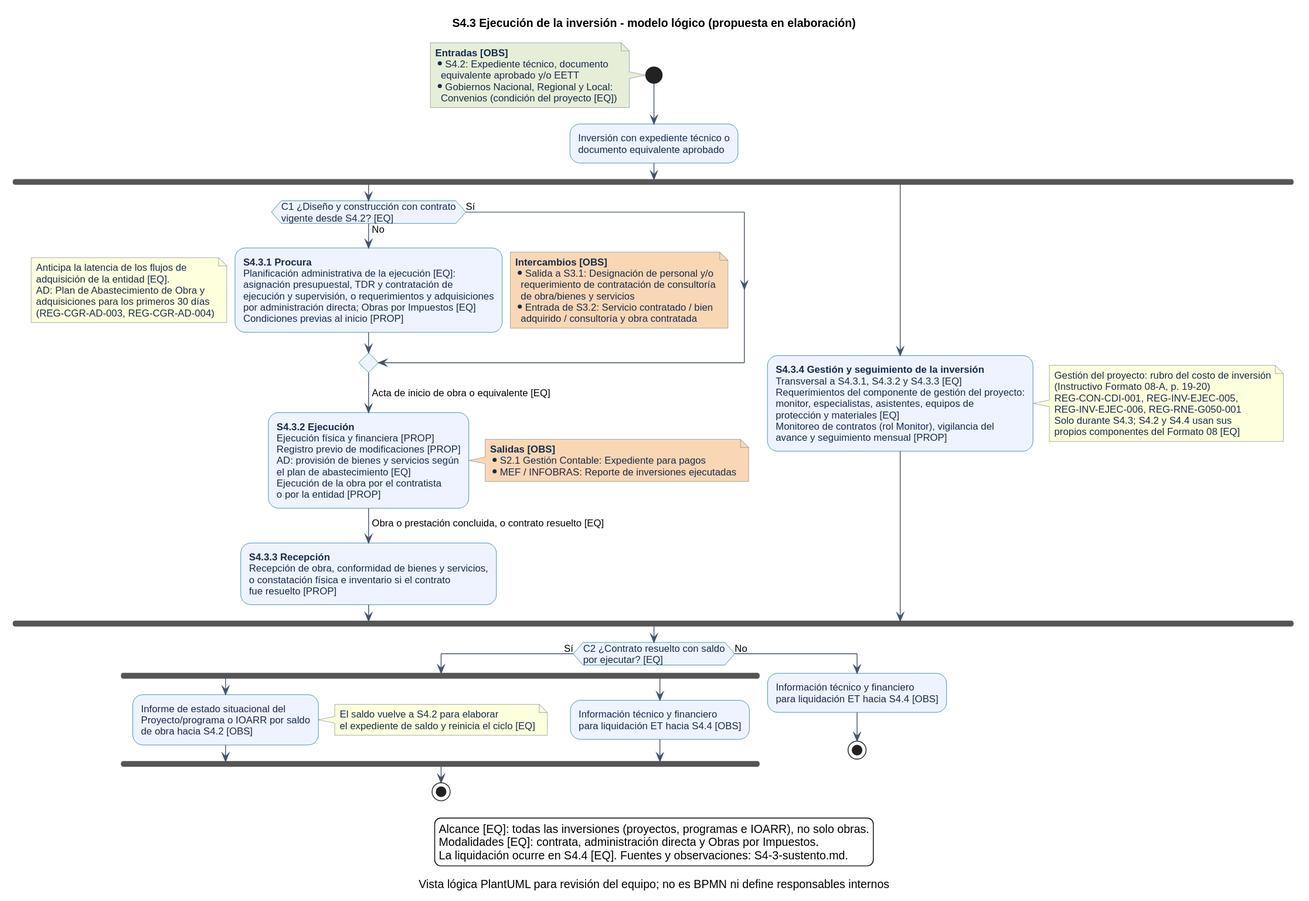
benjy2976/modelado-procesos keeps this PlantUML diagram as 02-procesos/S4-gestion-de-las-inversiones/S4-3-ejecucion-inversion/S4-3-diagrama-proceso-logico.svg. Above is the earlier version. Its source is kept beside it as 02-procesos/S4-gestion-de-las-inversiones/S4-3-ejecucion-inversion/S4-3-diagrama-proceso-logico.puml.
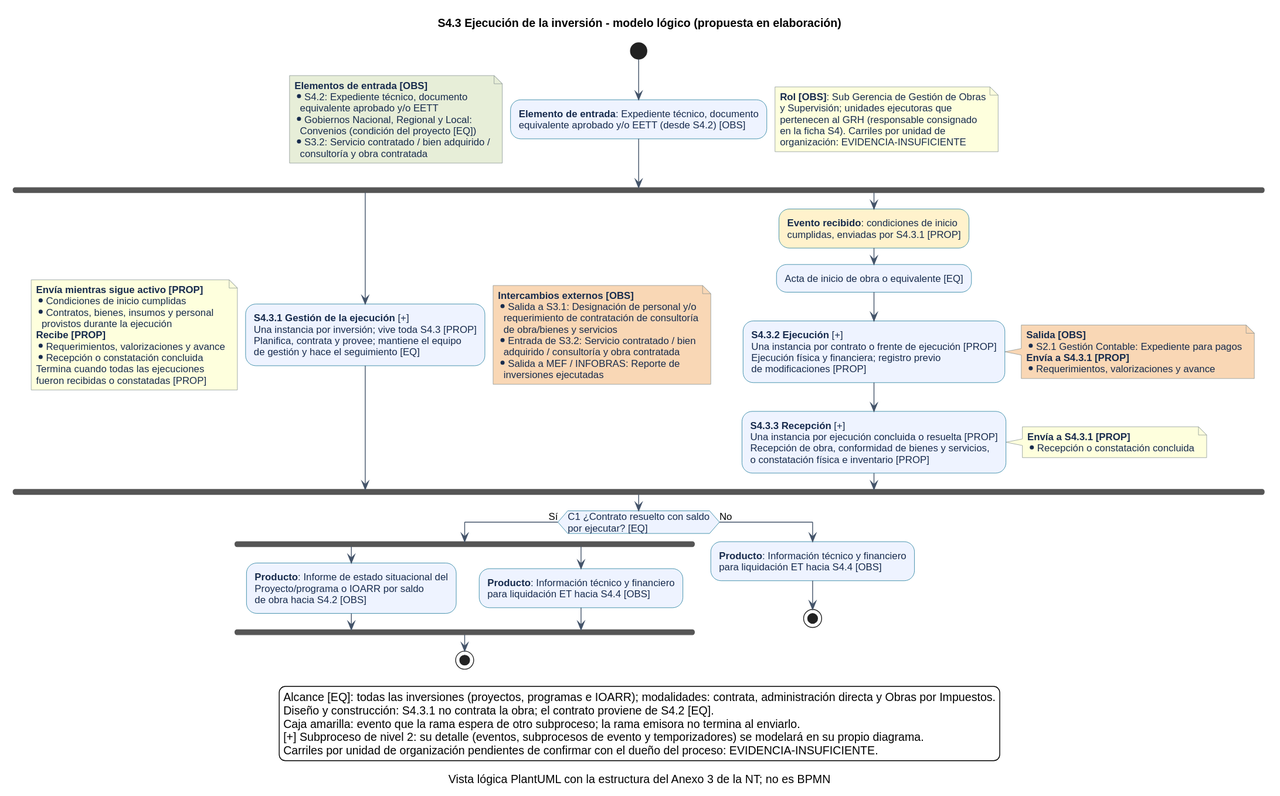
Later version of the same file.

Commit message:
feat(s4.3): gestion de la ejecucion transversal y subprocesos concurrentes

The edit, as a diff of the source:
```diff
@@ -1,6 +1,6 @@
 @startuml
 title S4.3 Ejecución de la inversión - modelo lógico (propuesta en elaboración)
-caption Vista lógica PlantUML para revisión del equipo; no es BPMN ni define responsables internos
+caption Vista lógica PlantUML con la estructura del Anexo 3 de la NT; no es BPMN
 
 skinparam backgroundColor #FFFFFF
 skinparam shadowing false
@@ -15,110 +15,93 @@
 skinparam noteBorderColor #7F8C8D
 skinparam noteFontColor #172B4D
 
-|S4.3 Ejecución de la inversión|
+|Sub Gerencia de Gestión de Obras y Supervisión; unidades ejecutoras [OBS]|
 start
+:<b>Elemento de entrada</b>: Expediente técnico, documento\nequivalente aprobado y/o EETT (desde S4.2) [OBS];
 note left #E7EED8
-  <b>Entradas [OBS]</b>
+  <b>Elementos de entrada [OBS]</b>
   * S4.2: Expediente técnico, documento
     equivalente aprobado y/o EETT
   * Gobiernos Nacional, Regional y Local:
     Convenios (condición del proyecto [EQ])
+  * S3.2: Servicio contratado / bien adquirido /
+    consultoría y obra contratada
 end note
-:Inversión con expediente técnico o
-documento equivalente aprobado;
+note right
+  <b>Rol [OBS]</b>: Sub Gerencia de Gestión de Obras
+  y Supervisión; unidades ejecutoras que
+  pertenecen al GRH (responsable consignado
+  en la ficha S4). Carriles por unidad de
+  organización: EVIDENCIA-INSUFICIENTE
+end note
 
 fork
-
-if (C1 ¿Diseño y construcción con contrato
-vigente desde S4.2? [EQ]) then (No)
-  :<b>S4.3.1 Procura</b>
-  Planificación administrativa de la ejecución [EQ]:
-  asignación presupuestal, TDR y contratación de
-  ejecución y supervisión, o requerimientos y adquisiciones
-  por administración directa; Obras por Impuestos [EQ]
-  Condiciones previas al inicio [PROP];
+  :<b>S4.3.1 Gestión de la ejecución</b> [+]
+  Una instancia por inversión; vive toda S4.3 [PROP]
+  Planifica, contrata y provee; mantiene el equipo
+  de gestión y hace el seguimiento [EQ];
   note left
-    Anticipa la latencia de los flujos de
-    adquisición de la entidad [EQ].
-    AD: Plan de Abastecimiento de Obra y
-    adquisiciones para los primeros 30 días
-    (REG-CGR-AD-003, REG-CGR-AD-004)
+    <b>Envía mientras sigue activo [PROP]</b>
+    * Condiciones de inicio cumplidas
+    * Contratos, bienes, insumos y personal
+      provistos durante la ejecución
+    <b>Recibe [PROP]</b>
+    * Requerimientos, valorizaciones y avance
+    * Recepción o constatación concluida
+    Termina cuando todas las ejecuciones
+    fueron recibidas o constatadas [PROP]
   end note
   note right #F9D7B5
-    <b>Intercambios [OBS]</b>
+    <b>Intercambios externos [OBS]</b>
     * Salida a S3.1: Designación de personal y/o
       requerimiento de contratación de consultoría
       de obra/bienes y servicios
     * Entrada de S3.2: Servicio contratado / bien
       adquirido / consultoría y obra contratada
+    * Salida a MEF / INFOBRAS: Reporte de
+      inversiones ejecutadas
   end note
-else (Sí)
-endif
-
--> Acta de inicio de obra o equivalente [EQ];
-
-:<b>S4.3.2 Ejecución</b>
-Ejecución física y financiera [PROP]
-Registro previo de modificaciones [PROP]
-AD: provisión de bienes y servicios según
-el plan de abastecimiento [EQ]
-Ejecución de la obra por el contratista
-o por la entidad [PROP];
-note right #F9D7B5
-  <b>Salidas [OBS]</b>
-  * S2.1 Gestión Contable: Expediente para pagos
-  * MEF / INFOBRAS: Reporte de inversiones ejecutadas
-end note
-
--> Obra o prestación concluida, o contrato resuelto [EQ];
-
-:<b>S4.3.3 Recepción</b>
-Recepción de obra, conformidad de bienes y servicios,
-o constatación física e inventario si el contrato
-fue resuelto [PROP];
-
 fork again
-  :<b>S4.3.4 Gestión y seguimiento de la inversión</b>
-  Transversal a S4.3.1, S4.3.2 y S4.3.3 [EQ]
-  Requerimientos del componente de gestión del proyecto:
-  monitor, especialistas, asistentes, equipos de
-  protección y materiales [EQ]
-  Monitoreo de contratos (rol Monitor), vigilancia del
-  avance y seguimiento mensual [PROP];
+  :<b>Evento recibido</b>: condiciones de inicio
+cumplidas, enviadas por S4.3.1 [PROP]; <<#FFF2CC>>
+  :Acta de inicio de obra o equivalente [EQ];
+  :<b>S4.3.2 Ejecución</b> [+]
+  Una instancia por contrato o frente de ejecución [PROP]
+  Ejecución física y financiera; registro previo
+  de modificaciones [PROP];
+  note right #F9D7B5
+    <b>Salida [OBS]</b>
+    * S2.1 Gestión Contable: Expediente para pagos
+    <b>Envía a S4.3.1 [PROP]</b>
+    * Requerimientos, valorizaciones y avance
+  end note
+  :<b>S4.3.3 Recepción</b> [+]
+  Una instancia por ejecución concluida o resuelta [PROP]
+  Recepción de obra, conformidad de bienes y servicios,
+  o constatación física e inventario [PROP];
   note right
-    Gestión del proyecto: rubro del costo de inversión
-    (Instructivo Formato 08-A, p. 19-20)
-    REG-CON-CDI-001, REG-INV-EJEC-005,
-    REG-INV-EJEC-006, REG-RNE-G050-001
-    Solo durante S4.3; S4.2 y S4.4 usan sus
-    propios componentes del Formato 08 [EQ]
+    <b>Envía a S4.3.1 [PROP]</b>
+    * Recepción o constatación concluida
   end note
 end fork
 
-if (C2 ¿Contrato resuelto con saldo
-por ejecutar? [EQ]) then (Sí)
+if (C1 ¿Contrato resuelto con saldo\npor ejecutar? [EQ]) then (Sí)
   fork
-    :Informe de estado situacional del
-    Proyecto/programa o IOARR por saldo
-    de obra hacia S4.2 [OBS];
-    note right
-      El saldo vuelve a S4.2 para elaborar
-      el expediente de saldo y reinicia el ciclo [EQ]
-    end note
+    :<b>Producto</b>: Informe de estado situacional del\nProyecto/programa o IOARR por saldo\nde obra hacia S4.2 [OBS];
   fork again
-    :Información técnico y financiero
-    para liquidación ET hacia S4.4 [OBS];
+    :<b>Producto</b>: Información técnico y financiero\npara liquidación ET hacia S4.4 [OBS];
   end fork
   stop
 else (No)
-  :Información técnico y financiero
-  para liquidación ET hacia S4.4 [OBS];
+  :<b>Producto</b>: Información técnico y financiero\npara liquidación ET hacia S4.4 [OBS];
   stop
 endif
 
 legend bottom
-  Alcance [EQ]: todas las inversiones (proyectos, programas e IOARR), no solo obras.
-  Modalidades [EQ]: contrata, administración directa y Obras por Impuestos.
-  La liquidación ocurre en S4.4 [EQ]. Fuentes y observaciones: S4-3-sustento.md.
+  Alcance [EQ]: todas las inversiones (proyectos, programas e IOARR); modalidades: contrata, administración directa y Obras por Impuestos.
+  Diseño y construcción: S4.3.1 no contrata la obra; el contrato proviene de S4.2 [EQ].
+  Caja amarilla: evento que la rama espera de otro subproceso; la rama emisora no termina al enviarlo.
+  [+] Subproceso de nivel 2: su detalle (eventos, subprocesos de evento y temporizadores) se modelará en su propio diagrama.
+  Carriles por unidad de organización pendientes de confirmar con el dueño del proceso: EVIDENCIA-INSUFICIENTE.
 endlegend
 @enduml
```
